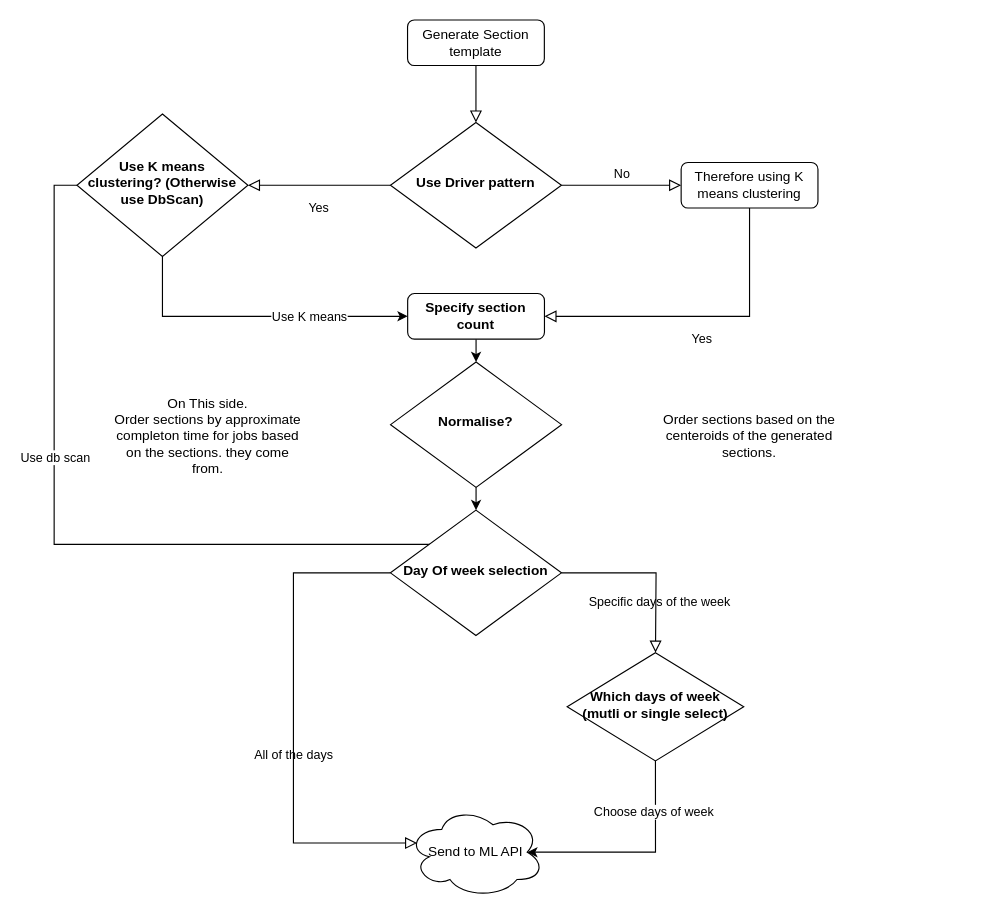
Above: RouteSectionGenerationFlow.drawio in gbates-e2open/drawioFiles (draw.io), before the change. Source tidied: cells renumbered, new cells numbered last; positions are measured from the earlier drawing's top-left corner, leaving out a move shared by most shapes. Both pictures are drawn from the tidied source at 114%, with x=0, y=0 at pixel (54, 19).
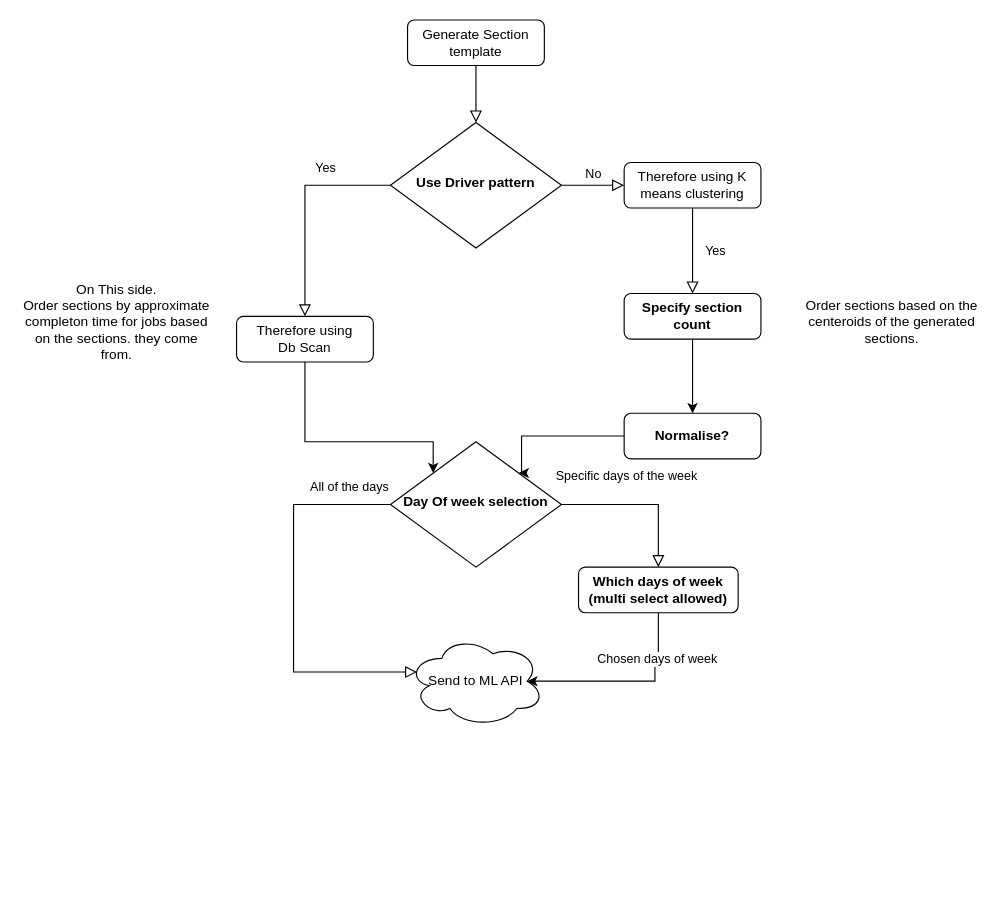
After the change.

Unchanged cells that the change refers to:
```xml
<mxCell id="6" value="Use Driver pattern" style="rhombus;whiteSpace=wrap;html=1;shadow=0;fontFamily=Helvetica;fontSize=12;align=center;strokeWidth=1;spacing=6;spacingTop=-4;fontStyle=1;" parent="1" vertex="1">
  <mxGeometry x="295" y="90" width="150" height="110" as="geometry" />
</mxCell>
```

Change to the diagram source:
```diff
@@
-    <mxCell id="4" value="Yes" style="rounded=0;html=1;jettySize=auto;fontSize=11;endArrow=block;endFill=0;endSize=8;strokeWidth=1;shadow=0;labelBackgroundColor=none;edgeStyle=orthogonalEdgeStyle;" parent="1" edge="1" source="6" target="12">
-      <mxGeometry y="20" relative="1" as="geometry" />
+    <mxCell id="4" value="Yes" style="rounded=0;html=1;jettySize=auto;fontSize=11;endArrow=block;endFill=0;endSize=8;strokeWidth=1;shadow=0;labelBackgroundColor=none;edgeStyle=orthogonalEdgeStyle;entryX=0.5;entryY=0;entryDx=0;entryDy=0;" parent="1" edge="1" source="6" target="28">
+      <mxGeometry x="-0.4" y="-15" relative="1" as="geometry" />
     </mxCell>
@@
     <mxCell id="7" value="Therefore using K means clustering" style="rounded=1;whiteSpace=wrap;html=1;fontSize=12;glass=0;strokeWidth=1;shadow=0;" parent="1" vertex="1">
-      <mxGeometry x="550" y="125" width="120" height="40" as="geometry" />
+      <mxGeometry x="500" y="125" width="120" height="40" as="geometry" />
     </mxCell>
-    <mxCell id="8" style="edgeStyle=orthogonalEdgeStyle;rounded=0;jettySize=auto;html=1;exitX=0.5;exitY=1;exitDx=0;exitDy=0;entryX=0;entryY=0.5;entryDx=0;entryDy=0;" parent="1" edge="1" source="12" target="14">
-      <mxGeometry relative="1" as="geometry">
-        <Array as="points">
-          <mxPoint x="95" y="260" />
-        </Array>
-      </mxGeometry>
-    </mxCell>
-    <mxCell id="9" value="Use K means" style="edgeLabel;html=1;align=center;verticalAlign=middle;" parent="8" vertex="1">
-      <mxGeometry x="-0.02" y="1" relative="1" as="geometry">
-        <mxPoint x="50" y="1" as="offset" />
-      </mxGeometry>
-    </mxCell>
-    <mxCell id="10" style="edgeStyle=orthogonalEdgeStyle;rounded=0;jettySize=auto;html=1;exitX=0;exitY=0.5;exitDx=0;exitDy=0;entryX=0;entryY=0;entryDx=0;entryDy=0;endArrow=classicThin;endFill=1;" parent="1" edge="1" source="12" target="16">
-      <mxGeometry relative="1" as="geometry">
-        <Array as="points">
-          <mxPoint y="145" />
-          <mxPoint y="460" />
-          <mxPoint x="333" y="460" />
-        </Array>
-      </mxGeometry>
-    </mxCell>
-    <mxCell id="11" value="Use db scan" style="edgeLabel;html=1;align=center;verticalAlign=middle;" parent="10" vertex="1">
-      <mxGeometry x="-0.23" relative="1" as="geometry" />
-    </mxCell>
-    <mxCell id="12" value="Use K means clustering? (Otherwise use DbScan)" style="rhombus;whiteSpace=wrap;html=1;shadow=0;fontFamily=Helvetica;fontSize=12;align=center;strokeWidth=1;spacing=6;spacingTop=-4;fontStyle=1;" parent="1" vertex="1">
-      <mxGeometry x="20" y="82.5" width="150" height="125" as="geometry" />
-    </mxCell>
@@
     <mxCell id="14" value="Specify section count" style="rounded=1;whiteSpace=wrap;html=1;fontSize=12;glass=0;strokeWidth=1;shadow=0;fontStyle=1;" parent="1" vertex="1">
-      <mxGeometry x="310.1" y="240" width="120" height="40" as="geometry" />
+      <mxGeometry x="500" y="240" width="120" height="40" as="geometry" />
     </mxCell>
-    <mxCell id="15" value="Yes" style="rounded=0;html=1;jettySize=auto;fontSize=11;endArrow=block;endFill=0;endSize=8;strokeWidth=1;shadow=0;labelBackgroundColor=none;edgeStyle=orthogonalEdgeStyle;exitX=0.5;exitY=1;exitDx=0;exitDy=0;entryX=1;entryY=0.5;entryDx=0;entryDy=0;" parent="1" edge="1" source="7" target="14">
+    <mxCell id="15" value="Yes" style="rounded=0;html=1;jettySize=auto;fontSize=11;endArrow=block;endFill=0;endSize=8;strokeWidth=1;shadow=0;labelBackgroundColor=none;edgeStyle=orthogonalEdgeStyle;exitX=0.5;exitY=1;exitDx=0;exitDy=0;entryX=0.5;entryY=0;entryDx=0;entryDy=0;" parent="1" edge="1" source="7" target="14">
       <mxGeometry y="20" relative="1" as="geometry" />
     </mxCell>
     <mxCell id="16" value="Day Of week selection" style="rhombus;whiteSpace=wrap;html=1;shadow=0;fontFamily=Helvetica;fontSize=12;align=center;strokeWidth=1;spacing=6;spacingTop=-4;fontStyle=1;" parent="1" vertex="1">
-      <mxGeometry x="295" y="430" width="150" height="110" as="geometry" />
+      <mxGeometry x="295" y="370" width="150" height="110" as="geometry" />
     </mxCell>
     <mxCell id="17" value="All of the days" style="rounded=0;html=1;jettySize=auto;fontSize=11;endArrow=block;endFill=0;endSize=8;strokeWidth=1;shadow=0;labelBackgroundColor=none;edgeStyle=orthogonalEdgeStyle;exitX=0;exitY=0.5;exitDx=0;exitDy=0;entryX=0.07;entryY=0.4;entryDx=0;entryDy=0;entryPerimeter=0;" parent="1" edge="1" source="16" target="20">
-      <mxGeometry x="0.14" relative="1" as="geometry">
+      <mxGeometry x="-0.79" y="-15" relative="1" as="geometry">
         <Array as="points">
-          <mxPoint x="209.9" y="485" />
-          <mxPoint x="209.9" y="722" />
+          <mxPoint x="210" y="425" />
+          <mxPoint x="210" y="572" />
         </Array>
       </mxGeometry>
     </mxCell>
-    <mxCell id="18" value="Which days of week&lt;div&gt;(mutli or single select)&lt;/div&gt;" style="rhombus;whiteSpace=wrap;html=1;shadow=0;fontFamily=Helvetica;fontSize=12;align=center;strokeWidth=1;spacing=6;spacingTop=-4;fontStyle=1;" parent="1" vertex="1">
-      <mxGeometry x="450" y="555" width="154.9" height="95" as="geometry" />
-    </mxCell>
-    <mxCell id="19" value="Specific days of the week" style="rounded=0;html=1;jettySize=auto;fontSize=11;endArrow=block;endFill=0;endSize=8;strokeWidth=1;shadow=0;labelBackgroundColor=none;edgeStyle=orthogonalEdgeStyle;exitX=1;exitY=0.5;exitDx=0;exitDy=0;entryX=0.5;entryY=0;entryDx=0;entryDy=0;" parent="1" edge="1" source="16">
-      <mxGeometry x="0.41" y="3" relative="1" as="geometry">
-        <mxPoint x="527.5" y="555" as="targetPoint" />
-        <mxPoint y="1" as="offset" />
-      </mxGeometry>
+    <mxCell id="19" value="Specific days of the week" style="rounded=0;html=1;jettySize=auto;fontSize=11;endArrow=block;endFill=0;endSize=8;strokeWidth=1;shadow=0;labelBackgroundColor=none;edgeStyle=orthogonalEdgeStyle;exitX=1;exitY=0.5;exitDx=0;exitDy=0;entryX=0.5;entryY=0;entryDx=0;entryDy=0;" parent="1" edge="1" source="16" target="29">
+      <mxGeometry x="-0.18" y="25" relative="1" as="geometry" />
     </mxCell>
     <mxCell id="20" value="Send to ML API" style="ellipse;shape=cloud;whiteSpace=wrap;html=1;" parent="1" vertex="1">
-      <mxGeometry x="310" y="690" width="120" height="80" as="geometry" />
+      <mxGeometry x="310" y="540" width="120" height="80" as="geometry" />
     </mxCell>
-    <mxCell id="21" style="edgeStyle=orthogonalEdgeStyle;rounded=0;jettySize=auto;html=1;entryX=0.875;entryY=0.5;entryDx=0;entryDy=0;entryPerimeter=0;exitX=0.5;exitY=1;exitDx=0;exitDy=0;" parent="1" edge="1" source="18" target="20">
+    <mxCell id="21" style="edgeStyle=orthogonalEdgeStyle;rounded=0;jettySize=auto;html=1;entryX=0.875;entryY=0.5;entryDx=0;entryDy=0;entryPerimeter=0;exitX=0.5;exitY=1;exitDx=0;exitDy=0;" parent="1" edge="1" source="29" target="20">
       <mxGeometry relative="1" as="geometry">
         <Array as="points">
-          <mxPoint x="527" y="730" />
+          <mxPoint x="530" y="563" />
+          <mxPoint x="527" y="563" />
+          <mxPoint x="527" y="580" />
         </Array>
       </mxGeometry>
     </mxCell>
-    <mxCell id="22" value="Choose days of week" style="edgeLabel;html=1;align=center;verticalAlign=middle;" parent="21" vertex="1">
+    <mxCell id="22" value="Chosen days of week" style="edgeLabel;html=1;align=center;verticalAlign=middle;" parent="21" vertex="1">
       <mxGeometry x="-0.54" y="-2" relative="1" as="geometry" />
     </mxCell>
-    <mxCell id="23" style="edgeStyle=orthogonalEdgeStyle;rounded=0;jettySize=auto;html=1;exitX=0.5;exitY=1;exitDx=0;exitDy=0;" parent="1" edge="1" source="24" target="16">
-      <mxGeometry relative="1" as="geometry" />
+    <mxCell id="23" style="edgeStyle=orthogonalEdgeStyle;rounded=0;jettySize=auto;html=1;entryX=1;entryY=0;entryDx=0;entryDy=0;exitX=0;exitY=0.5;exitDx=0;exitDy=0;" parent="1" edge="1" source="24" target="16">
+      <mxGeometry relative="1" as="geometry">
+        <Array as="points">
+          <mxPoint x="410" y="365" />
+          <mxPoint x="410" y="398" />
+        </Array>
+      </mxGeometry>
     </mxCell>
-    <mxCell id="24" value="Normalise?" style="rhombus;whiteSpace=wrap;html=1;shadow=0;fontFamily=Helvetica;fontSize=12;align=center;strokeWidth=1;spacing=6;spacingTop=-4;fontStyle=1;" parent="1" vertex="1">
-      <mxGeometry x="295.1" y="300" width="150" height="110" as="geometry" />
-    </mxCell>
     <mxCell id="25" value="On This side.&lt;div&gt;Order sections by approximate completon time for jobs based on the sections. they come from.&lt;/div&gt;" style="text;html=1;align=center;verticalAlign=middle;whiteSpace=wrap;rounded=0;" parent="1" vertex="1">
-      <mxGeometry x="50" y="300" width="170" height="130" as="geometry" />
+      <mxGeometry x="-30" y="200" width="170" height="130" as="geometry" />
     </mxCell>
     <mxCell id="26" value="Order sections based on the centeroids of the generated sections." style="text;html=1;align=center;verticalAlign=middle;whiteSpace=wrap;rounded=0;" parent="1" vertex="1">
-      <mxGeometry x="525" y="300" width="170" height="130" as="geometry" />
+      <mxGeometry x="650" y="200" width="170" height="130" as="geometry" />
     </mxCell>
+    <mxCell id="27" style="edgeStyle=orthogonalEdgeStyle;rounded=0;jettySize=auto;html=1;exitX=0.5;exitY=1;exitDx=0;exitDy=0;entryX=0;entryY=0;entryDx=0;entryDy=0;" parent="1" edge="1" source="28" target="16">
+      <mxGeometry relative="1" as="geometry">
+        <Array as="points">
+          <mxPoint x="220" y="370" />
+          <mxPoint x="333" y="370" />
+        </Array>
+      </mxGeometry>
+    </mxCell>
+    <mxCell id="28" value="Therefore using&lt;div&gt;Db Scan&lt;/div&gt;" style="rounded=1;whiteSpace=wrap;html=1;fontSize=12;glass=0;strokeWidth=1;shadow=0;" parent="1" vertex="1">
+      <mxGeometry x="160" y="260" width="120" height="40" as="geometry" />
+    </mxCell>
+    <mxCell id="24" value="Normalise?" style="rounded=1;whiteSpace=wrap;html=1;fontSize=12;glass=0;strokeWidth=1;shadow=0;fontStyle=1;" parent="1" vertex="1">
+      <mxGeometry x="500" y="345" width="120" height="40" as="geometry" />
+    </mxCell>
+    <mxCell id="29" value="Which days of week&lt;div&gt;(multi select allowed)&lt;/div&gt;" style="rounded=1;whiteSpace=wrap;html=1;fontSize=12;glass=0;strokeWidth=1;shadow=0;fontStyle=1;" parent="1" vertex="1">
+      <mxGeometry x="460" y="480" width="140" height="40" as="geometry" />
+    </mxCell>
```
